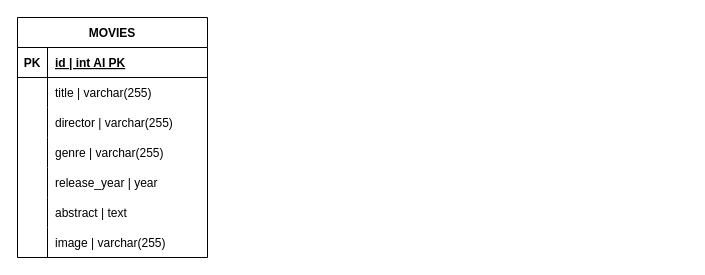
This is schema.drawio from JacopoTrincanato/webapp-express, a draw.io file, before an edit. Source tidied: cells renumbered, new cells numbered last; positions are measured from the earlier drawing's top-left corner, leaving out a move shared by most shapes. Both pictures are drawn from the tidied source at 100%, with x=0, y=0 at pixel (17, 17).
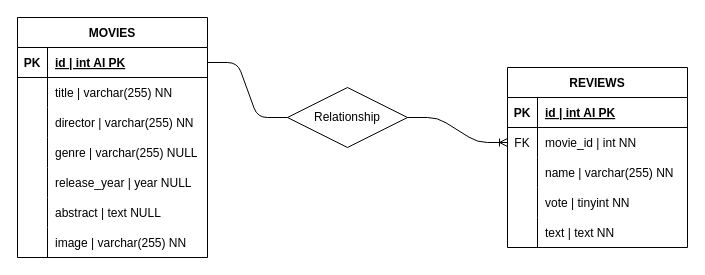
After the change.

Commit message:
add reviews table and create a relationship one to many among movies and reviews

Unchanged cells that the change refers to:
```xml
<mxCell id="3" style="shape=tableRow;horizontal=0;startSize=0;swimlaneHead=0;swimlaneBody=0;fillColor=none;points=[[0,0.5],[1,0.5]];portConstraint=eastwest;top=0;left=0;right=0;bottom=1;" parent="2" vertex="1">
  <mxGeometry y="30" width="190" height="30" as="geometry" />
</mxCell>
<mxCell id="6" style="shape=tableRow;horizontal=0;startSize=0;swimlaneHead=0;swimlaneBody=0;fillColor=none;top=0;left=0;right=0;bottom=0;" parent="2" vertex="1">
  <mxGeometry y="60" width="190" height="30" as="geometry" />
</mxCell>
<mxCell id="9" style="shape=tableRow;horizontal=0;startSize=0;swimlaneHead=0;swimlaneBody=0;fillColor=none;top=0;left=0;right=0;bottom=0;" parent="2" vertex="1">
  <mxGeometry y="90" width="190" height="30" as="geometry" />
</mxCell>
<mxCell id="12" style="shape=tableRow;horizontal=0;startSize=0;swimlaneHead=0;swimlaneBody=0;fillColor=none;top=0;left=0;right=0;bottom=0;" parent="2" vertex="1">
  <mxGeometry y="120" width="190" height="30" as="geometry" />
</mxCell>
<mxCell id="15" style="shape=tableRow;horizontal=0;startSize=0;swimlaneHead=0;swimlaneBody=0;fillColor=none;top=0;left=0;right=0;bottom=0;" parent="2" vertex="1">
  <mxGeometry y="150" width="190" height="30" as="geometry" />
</mxCell>
<mxCell id="18" style="shape=tableRow;horizontal=0;startSize=0;swimlaneHead=0;swimlaneBody=0;fillColor=none;top=0;left=0;right=0;bottom=0;" parent="2" vertex="1">
  <mxGeometry y="180" width="190" height="30" as="geometry" />
</mxCell>
<mxCell id="21" style="shape=tableRow;horizontal=0;startSize=0;swimlaneHead=0;swimlaneBody=0;fillColor=none;top=0;left=0;right=0;bottom=0;" parent="2" vertex="1">
  <mxGeometry y="210" width="190" height="30" as="geometry" />
</mxCell>
```

What changed in the source:
```diff
@@
-    <mxCell id="8" value="title | varchar(255)" style="shape=partialRectangle;fillColor=none;top=0;left=0;bottom=0;right=0;align=left;spacingLeft=6;overflow=hidden;" parent="6" vertex="1">
+    <mxCell id="8" value="title | varchar(255) NN" style="shape=partialRectangle;fillColor=none;top=0;left=0;bottom=0;right=0;align=left;spacingLeft=6;overflow=hidden;" parent="6" vertex="1">
       <mxGeometry x="30" width="160" height="30" as="geometry" />
     </mxCell>
@@
-    <mxCell id="11" value="director | varchar(255)" style="shape=partialRectangle;fillColor=none;top=0;left=0;bottom=0;right=0;align=left;spacingLeft=6;overflow=hidden;" parent="9" vertex="1">
+    <mxCell id="11" value="director | varchar(255) NN" style="shape=partialRectangle;fillColor=none;top=0;left=0;bottom=0;right=0;align=left;spacingLeft=6;overflow=hidden;" parent="9" vertex="1">
       <mxGeometry x="30" width="160" height="30" as="geometry" />
     </mxCell>
@@
-    <mxCell id="14" value="genre | varchar(255) " style="shape=partialRectangle;fillColor=none;top=0;left=0;bottom=0;right=0;align=left;spacingLeft=6;overflow=hidden;" parent="12" vertex="1">
+    <mxCell id="14" value="genre | varchar(255) NULL" style="shape=partialRectangle;fillColor=none;top=0;left=0;bottom=0;right=0;align=left;spacingLeft=6;overflow=hidden;" parent="12" vertex="1">
       <mxGeometry x="30" width="160" height="30" as="geometry" />
     </mxCell>
@@
-    <mxCell id="17" value="release_year | year" style="shape=partialRectangle;fillColor=none;top=0;left=0;bottom=0;right=0;align=left;spacingLeft=6;overflow=hidden;" parent="15" vertex="1">
+    <mxCell id="17" value="release_year | year NULL" style="shape=partialRectangle;fillColor=none;top=0;left=0;bottom=0;right=0;align=left;spacingLeft=6;overflow=hidden;" parent="15" vertex="1">
       <mxGeometry x="30" width="160" height="30" as="geometry" />
     </mxCell>
@@
-    <mxCell id="20" value="abstract | text " style="shape=partialRectangle;fillColor=none;top=0;left=0;bottom=0;right=0;align=left;spacingLeft=6;overflow=hidden;" parent="18" vertex="1">
+    <mxCell id="20" value="abstract | text NULL" style="shape=partialRectangle;fillColor=none;top=0;left=0;bottom=0;right=0;align=left;spacingLeft=6;overflow=hidden;" parent="18" vertex="1">
       <mxGeometry x="30" width="160" height="30" as="geometry" />
     </mxCell>
@@
-    <mxCell id="23" value="image | varchar(255)" style="shape=partialRectangle;fillColor=none;top=0;left=0;bottom=0;right=0;align=left;spacingLeft=6;overflow=hidden;" parent="21" vertex="1">
+    <mxCell id="23" value="image | varchar(255) NN" style="shape=partialRectangle;fillColor=none;top=0;left=0;bottom=0;right=0;align=left;spacingLeft=6;overflow=hidden;" parent="21" vertex="1">
       <mxGeometry x="30" width="160" height="30" as="geometry" />
     </mxCell>
+    <mxCell id="24" value="REVIEWS" style="shape=table;startSize=30;childLayout=tableLayout;rowLines=0;fontStyle=1;align=center;" parent="1" vertex="1">
+      <mxGeometry x="490" y="50" width="180" height="180" as="geometry" />
+    </mxCell>
+    <mxCell id="25" style="shape=tableRow;horizontal=0;startSize=0;swimlaneHead=0;swimlaneBody=0;fillColor=none;top=0;left=0;right=0;bottom=1;" parent="24" vertex="1">
+      <mxGeometry y="30" width="180" height="30" as="geometry" />
+    </mxCell>
+    <mxCell id="26" value="PK" style="shape=partialRectangle;fillColor=none;top=0;left=0;bottom=0;right=0;fontStyle=1;overflow=hidden;" parent="25" vertex="1">
+      <mxGeometry width="30" height="30" as="geometry" />
+    </mxCell>
+    <mxCell id="27" value="id | int AI PK" style="shape=partialRectangle;fillColor=none;top=0;left=0;bottom=0;right=0;align=left;spacingLeft=6;fontStyle=5;overflow=hidden;" parent="25" vertex="1">
+      <mxGeometry x="30" width="150" height="30" as="geometry" />
+    </mxCell>
+    <mxCell id="28" style="shape=tableRow;horizontal=0;startSize=0;swimlaneHead=0;swimlaneBody=0;fillColor=none;points=[[0,0.5],[1,0.5]];portConstraint=eastwest;top=0;left=0;right=0;bottom=0;" parent="24" vertex="1">
+      <mxGeometry y="60" width="180" height="30" as="geometry" />
+    </mxCell>
+    <mxCell id="29" value="FK" style="shape=partialRectangle;fillColor=none;top=0;left=0;bottom=0;right=0;overflow=hidden;" parent="28" vertex="1">
+      <mxGeometry width="30" height="30" as="geometry" />
+    </mxCell>
+    <mxCell id="30" value="movie_id | int NN " style="shape=partialRectangle;fillColor=none;top=0;left=0;bottom=0;right=0;align=left;spacingLeft=6;overflow=hidden;" parent="28" vertex="1">
+      <mxGeometry x="30" width="150" height="30" as="geometry" />
+    </mxCell>
+    <mxCell id="31" style="shape=tableRow;horizontal=0;startSize=0;swimlaneHead=0;swimlaneBody=0;fillColor=none;top=0;left=0;right=0;bottom=0;" parent="24" vertex="1">
+      <mxGeometry y="90" width="180" height="30" as="geometry" />
+    </mxCell>
+    <mxCell id="32" style="shape=partialRectangle;fillColor=none;top=0;left=0;bottom=0;right=0;overflow=hidden;" parent="31" vertex="1">
+      <mxGeometry width="30" height="30" as="geometry" />
+    </mxCell>
+    <mxCell id="33" value="name | varchar(255) NN" style="shape=partialRectangle;fillColor=none;top=0;left=0;bottom=0;right=0;align=left;spacingLeft=6;overflow=hidden;" parent="31" vertex="1">
+      <mxGeometry x="30" width="150" height="30" as="geometry" />
+    </mxCell>
+    <mxCell id="34" style="shape=tableRow;horizontal=0;startSize=0;swimlaneHead=0;swimlaneBody=0;fillColor=none;top=0;left=0;right=0;bottom=0;" parent="24" vertex="1">
+      <mxGeometry y="120" width="180" height="30" as="geometry" />
+    </mxCell>
+    <mxCell id="35" style="shape=partialRectangle;fillColor=none;top=0;left=0;bottom=0;right=0;overflow=hidden;" parent="34" vertex="1">
+      <mxGeometry width="30" height="30" as="geometry" />
+    </mxCell>
+    <mxCell id="36" value="vote | tinyint NN" style="shape=partialRectangle;fillColor=none;top=0;left=0;bottom=0;right=0;align=left;spacingLeft=6;overflow=hidden;" parent="34" vertex="1">
+      <mxGeometry x="30" width="150" height="30" as="geometry" />
+    </mxCell>
+    <mxCell id="37" style="shape=tableRow;horizontal=0;startSize=0;swimlaneHead=0;swimlaneBody=0;fillColor=none;top=0;left=0;right=0;bottom=0;" parent="24" vertex="1">
+      <mxGeometry y="150" width="180" height="30" as="geometry" />
+    </mxCell>
+    <mxCell id="38" style="shape=partialRectangle;fillColor=none;top=0;left=0;bottom=0;right=0;overflow=hidden;" parent="37" vertex="1">
+      <mxGeometry width="30" height="30" as="geometry" />
+    </mxCell>
+    <mxCell id="39" value="text | text NN" style="shape=partialRectangle;fillColor=none;top=0;left=0;bottom=0;right=0;align=left;spacingLeft=6;overflow=hidden;" parent="37" vertex="1">
+      <mxGeometry x="30" width="150" height="30" as="geometry" />
+    </mxCell>
+    <mxCell id="40" style="edgeStyle=entityRelationEdgeStyle;fontSize=12;html=1;endArrow=ERoneToMany;exitX=1;exitY=0.5;exitDx=0;exitDy=0;entryX=0;entryY=0.5;entryDx=0;entryDy=0;startArrow=none;" parent="1" edge="1" source="42" target="28">
+      <mxGeometry relative="1" as="geometry" />
+    </mxCell>
+    <mxCell id="41" style="edgeStyle=entityRelationEdgeStyle;fontSize=12;html=1;endArrow=none;exitX=1;exitY=0.5;exitDx=0;exitDy=0;entryX=0;entryY=0.5;entryDx=0;entryDy=0;" parent="1" edge="1" source="3" target="42">
+      <mxGeometry relative="1" as="geometry" />
+    </mxCell>
+    <mxCell id="42" value="Relationship" style="shape=rhombus;perimeter=rhombusPerimeter;whiteSpace=wrap;html=1;align=center;" parent="1" vertex="1">
+      <mxGeometry x="270" y="70" width="120" height="60" as="geometry" />
+    </mxCell>
```
